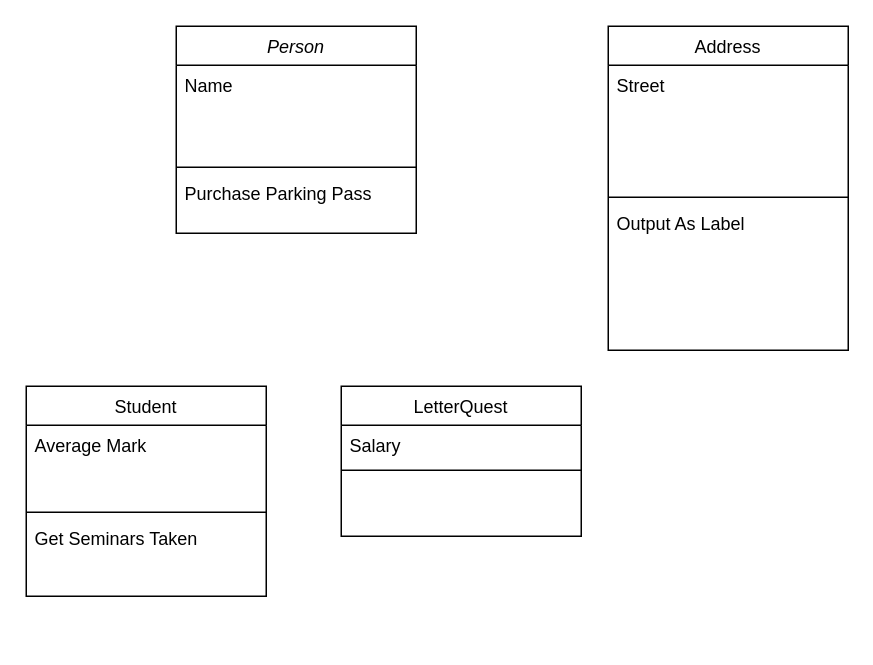
This is src/Letter_Quest_Diagram.drawio from LilianDm/IndividualProject, a draw.io file, before an edit. Source tidied: cells renumbered, new cells numbered last; positions are measured from the earlier drawing's top-left corner, leaving out a move shared by most shapes. Both pictures are drawn from the tidied source at 150%, with x=0, y=0 at pixel (26, 26).
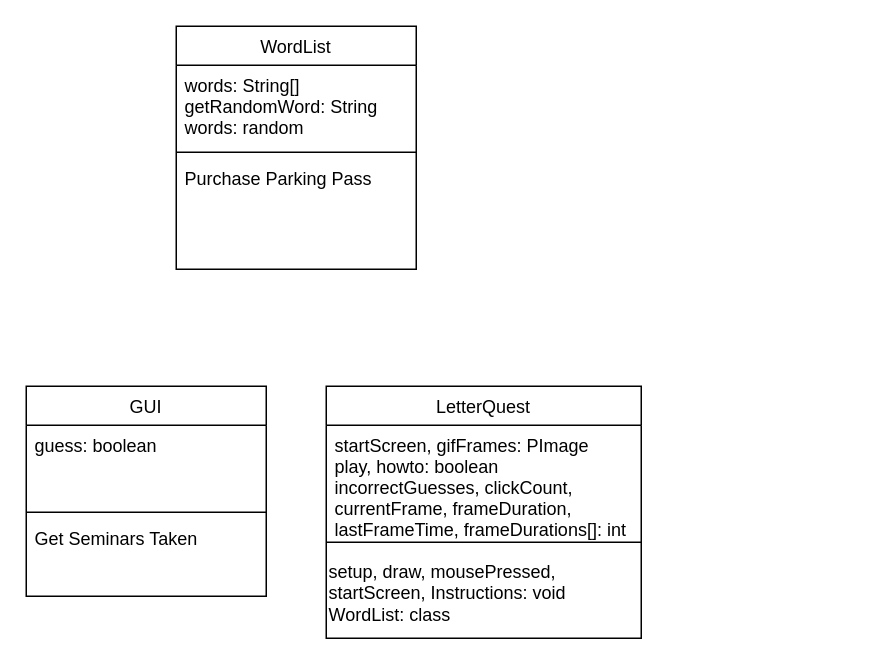
After the change.

Diff of the diagram source:
```diff
@@
 <mxGraphModel>
   <root>
     <mxCell id="0" />
     <mxCell id="1" parent="0" />
-    <mxCell id="2" value="Person" style="swimlane;fontStyle=2;align=center;verticalAlign=top;horizontal=1;startSize=26;rounded=0;shadow=0;strokeWidth=1;" parent="1" vertex="1">
-      <mxGeometry x="100" width="160" height="138" as="geometry" />
+    <mxCell id="2" value="WordList" style="swimlane;fontStyle=0;align=center;verticalAlign=top;horizontal=1;startSize=26;rounded=0;shadow=0;strokeWidth=1;" parent="1" vertex="1">
+      <mxGeometry x="100" width="160" height="162" as="geometry" />
     </mxCell>
-    <mxCell id="3" value="Name" style="text;align=left;verticalAlign=top;spacingLeft=4;spacingRight=4;overflow=hidden;" parent="2" vertex="1">
-      <mxGeometry y="26" width="160" height="64" as="geometry" />
+    <mxCell id="3" value="words: String[]&#10;getRandomWord: String&#10;words: random" style="text;align=left;verticalAlign=top;spacingLeft=4;spacingRight=4;overflow=hidden;" parent="2" vertex="1">
+      <mxGeometry y="26" width="160" height="54" as="geometry" />
     </mxCell>
     <mxCell id="4" style="line;html=1;strokeWidth=1;align=left;verticalAlign=middle;spacingTop=-1;spacingLeft=3;spacingRight=3;labelPosition=right;" parent="2" vertex="1">
-      <mxGeometry y="90" width="160" height="8" as="geometry" />
+      <mxGeometry y="80" width="160" height="8" as="geometry" />
     </mxCell>
     <mxCell id="5" value="Purchase Parking Pass" style="text;align=left;verticalAlign=top;spacingLeft=4;spacingRight=4;overflow=hidden;" parent="2" vertex="1">
-      <mxGeometry y="98" width="160" height="26" as="geometry" />
+      <mxGeometry y="88" width="160" height="64" as="geometry" />
     </mxCell>
-    <mxCell id="6" value="Student" style="swimlane;fontStyle=0;align=center;verticalAlign=top;horizontal=1;startSize=26;rounded=0;shadow=0;strokeWidth=1;" parent="1" vertex="1">
+    <mxCell id="6" value="GUI" style="swimlane;fontStyle=0;align=center;verticalAlign=top;horizontal=1;startSize=26;rounded=0;shadow=0;strokeWidth=1;" parent="1" vertex="1">
       <mxGeometry y="240" width="160" height="140" as="geometry" />
     </mxCell>
-    <mxCell id="7" value="Average Mark" style="text;align=left;verticalAlign=top;spacingLeft=4;spacingRight=4;overflow=hidden;rounded=0;shadow=0;html=0;" parent="6" vertex="1">
+    <mxCell id="7" value="guess: boolean&#10;" style="text;align=left;verticalAlign=top;spacingLeft=4;spacingRight=4;overflow=hidden;rounded=0;shadow=0;html=0;" parent="6" vertex="1">
       <mxGeometry y="26" width="160" height="54" as="geometry" />
     </mxCell>
     <mxCell id="8" style="line;html=1;strokeWidth=1;align=left;verticalAlign=middle;spacingTop=-1;spacingLeft=3;spacingRight=3;labelPosition=right;" parent="6" vertex="1">
       <mxGeometry y="80" width="160" height="8" as="geometry" />
     </mxCell>
     <mxCell id="9" value="Get Seminars Taken" style="text;align=left;verticalAlign=top;spacingLeft=4;spacingRight=4;overflow=hidden;" parent="6" vertex="1">
       <mxGeometry y="88" width="160" height="52" as="geometry" />
     </mxCell>
     <mxCell id="10" value="LetterQuest" style="swimlane;fontStyle=0;align=center;verticalAlign=top;horizontal=1;startSize=26;rounded=0;shadow=0;strokeWidth=1;" parent="1" vertex="1">
-      <mxGeometry x="210" y="240" width="160" height="100" as="geometry" />
+      <mxGeometry x="200" y="240" width="210" height="168" as="geometry" />
     </mxCell>
-    <mxCell id="11" value="Salary" style="text;align=left;verticalAlign=top;spacingLeft=4;spacingRight=4;overflow=hidden;" parent="10" vertex="1">
-      <mxGeometry y="26" width="160" height="26" as="geometry" />
+    <mxCell id="11" value="startScreen, gifFrames: PImage&#10;play, howto: boolean&#10;incorrectGuesses, clickCount, &#10;currentFrame, frameDuration, &#10;lastFrameTime, frameDurations[]: int" style="text;align=left;verticalAlign=top;spacingLeft=4;spacingRight=4;overflow=hidden;" parent="10" vertex="1">
+      <mxGeometry y="26" width="210" height="74" as="geometry" />
     </mxCell>
     <mxCell id="12" style="line;html=1;strokeWidth=1;align=left;verticalAlign=middle;spacingTop=-1;spacingLeft=3;spacingRight=3;labelPosition=right;" parent="10" vertex="1">
-      <mxGeometry y="52" width="160" height="8" as="geometry" />
+      <mxGeometry y="100" width="210" height="8" as="geometry" />
     </mxCell>
-    <mxCell id="13" value="Address" style="swimlane;fontStyle=0;align=center;verticalAlign=top;horizontal=1;startSize=26;rounded=0;shadow=0;strokeWidth=1;" parent="1" vertex="1">
-      <mxGeometry x="388" width="160" height="216" as="geometry" />
-    </mxCell>
-    <mxCell id="14" value="Street" style="text;align=left;verticalAlign=top;spacingLeft=4;spacingRight=4;overflow=hidden;" parent="13" vertex="1">
-      <mxGeometry y="26" width="160" height="84" as="geometry" />
-    </mxCell>
-    <mxCell id="15" style="line;html=1;strokeWidth=1;align=left;verticalAlign=middle;spacingTop=-1;spacingLeft=3;spacingRight=3;labelPosition=right;" parent="13" vertex="1">
-      <mxGeometry y="110" width="160" height="8" as="geometry" />
-    </mxCell>
-    <mxCell id="16" value="Output As Label" style="text;align=left;verticalAlign=top;spacingLeft=4;spacingRight=4;overflow=hidden;" parent="13" vertex="1">
-      <mxGeometry y="118" width="160" height="60" as="geometry" />
-    </mxCell>
+    <mxCell id="17" value="setup, draw, mousePressed,&lt;div&gt;startScreen, Instructions: void&lt;/div&gt;&lt;div&gt;WordList: class&lt;/div&gt;" style="text;html=1;align=left;verticalAlign=middle;strokeColor=none;fillColor=none;" parent="10" vertex="1">
+      <mxGeometry y="108" width="210" height="60" as="geometry" />
+    </mxCell>
   </root>
 </mxGraphModel>
```
